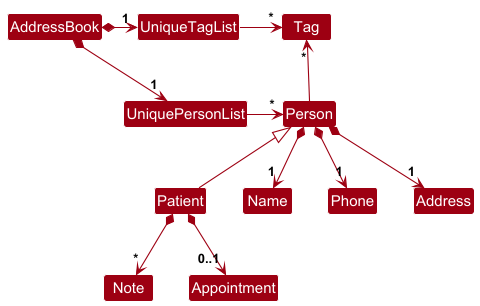
Before: docs/images/BetterModelClassDiagram.png, a diagram exported from PlantUML (AY2526S1-CS2103T-F14b-2/tp). The source it was exported from:
```plantuml
@startuml
!include style.puml
skinparam arrowThickness 1.1
skinparam arrowColor MODEL_COLOR
skinparam classBackgroundColor MODEL_COLOR

AddressBook *-right-> "1" UniquePersonList
AddressBook *-right-> "1" UniqueTagList
UniqueTagList -[hidden]down- UniquePersonList
UniqueTagList -[hidden]down- UniquePersonList

UniqueTagList -right-> "*" Tag
UniquePersonList -right-> "*" Person

Person -up-> "*" Tag

class Person {
}

class Patient {
}

Person <|-- Patient

Person *--> "1" Name
Person *--> "1" Phone
Person *--> "1" Address
Patient *--> "*" Note
Patient *--> "0..1" Appointment


@enduml
```
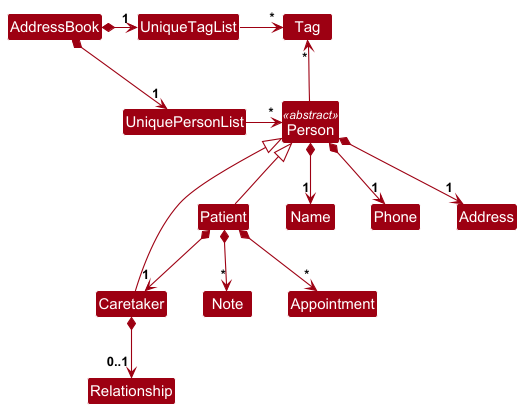
The same file after the commit.

The edit, as a diff of the source:
```diff
@@ -14,19 +14,27 @@
 
 Person -up-> "*" Tag
 
-class Person {
+class Person <<abstract>> {
 }
 
 class Patient {
 }
 
+class Caretaker {
+}
+
 Person <|-- Patient
+Person <|-- Caretaker
 
 Person *--> "1" Name
 Person *--> "1" Phone
 Person *--> "1" Address
+
 Patient *--> "*" Note
-Patient *--> "0..1" Appointment
+Patient *--> "*" Appointment
+Patient *--> "1" Caretaker
+
+Caretaker *--> "0..1" Relationship
 
 
 @enduml
```
